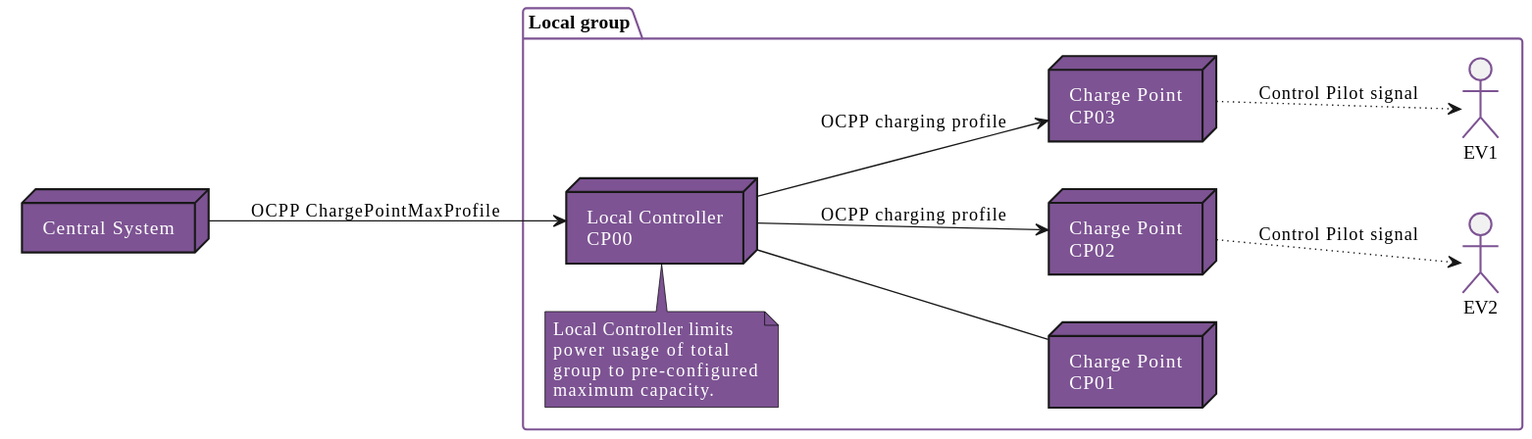
phoi5675/ocpp-markdown keeps this PlantUML diagram as OCPP_1.6_ko/images/figure_9.svg. Above is the earlier version.
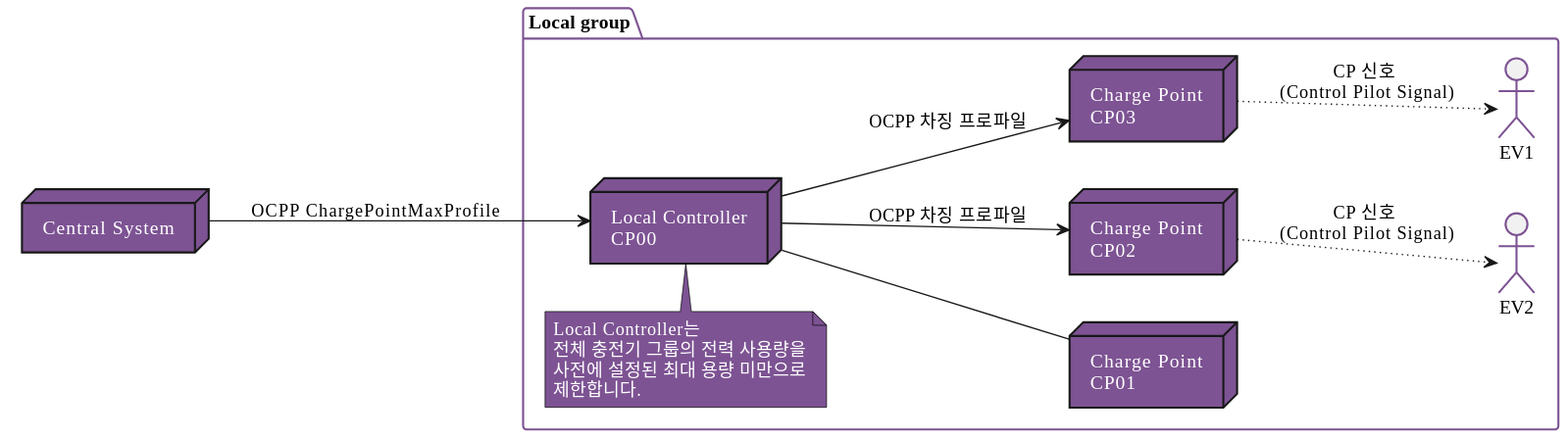
Later version of the same file.

What changed in the source:
```diff
@@ -16,21 +16,21 @@
   actor "EV2" as EV2
 
   note top of LocalControllerCP00
-    Local Controller limits
-    power usage of total
-    group to pre-configured
-    maximum capacity.
+    Local Controller는
+    전체 충전기 그룹의 전력 사용량을
+    사전에 설정된 최대 용량 미만으로
+    제한합니다.
   end note
 }
 
 CentralSystem -down-> LocalControllerCP00 : OCPP ChargePointMaxProfile
 
-LocalControllerCP00 -down-> CP03 : OCPP charging profile
-LocalControllerCP00 -down-> CP02 : OCPP charging profile
+LocalControllerCP00 -down-> CP03 : OCPP 차징 프로파일
+LocalControllerCP00 -down-> CP02 : OCPP 차징 프로파일
 LocalControllerCP00 -down- CP01
 
-CP03 -down[dotted]-> EV1 : Control Pilot signal
-CP02 -down[dotted]-> EV2 : Control Pilot signal
+CP03 -down[dotted]-> EV1 : CP 신호 \n(Control Pilot Signal)
+CP02 -down[dotted]-> EV2 : CP 신호 \n(Control Pilot Signal)
 
 CP03 -left[hidden]- CP02
 CP02 -left[hidden]- CP01
```
